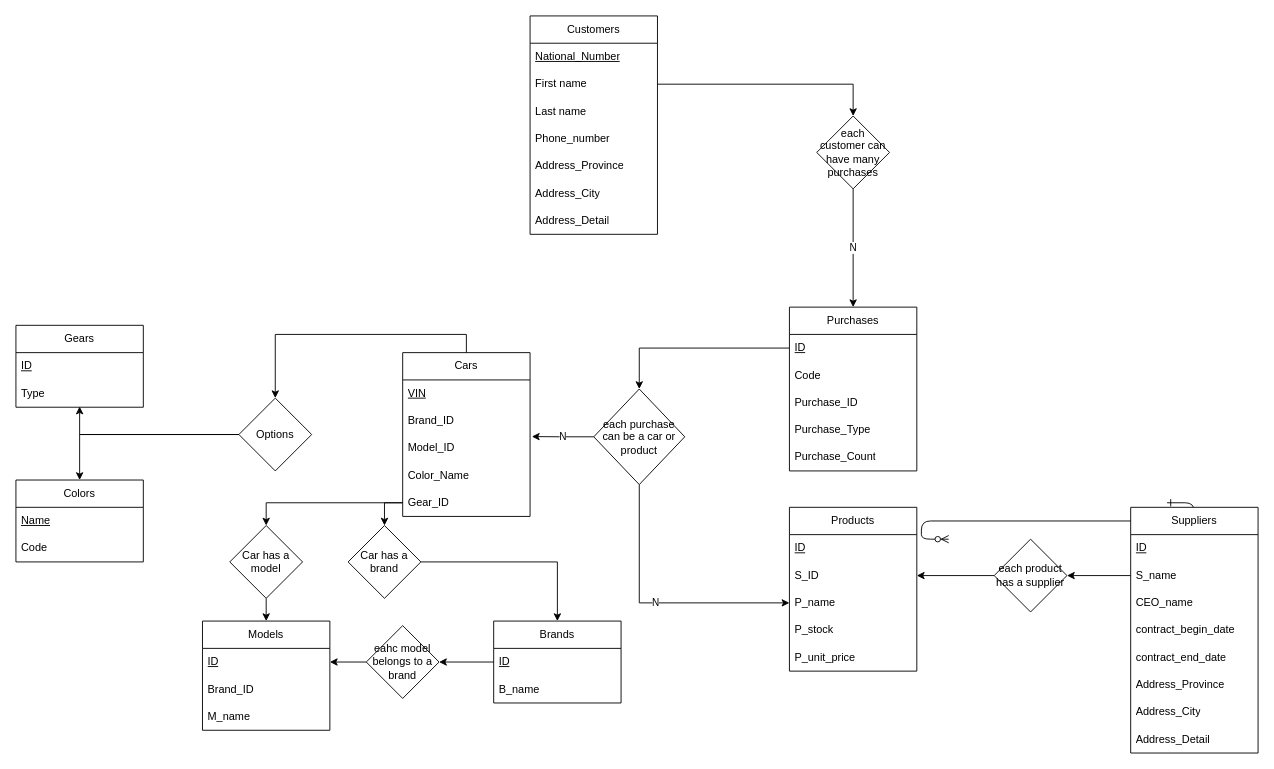
pouyam79i/DB_project keeps this draw.io diagram as P1/Database.drawio. Above is the earlier version. Source tidied: cells renumbered, new cells numbered last; positions are measured from the earlier drawing's top-left corner, leaving out a move shared by most shapes. Both pictures are drawn from the tidied source at 91%, with x=0, y=0 at pixel (15, 15).
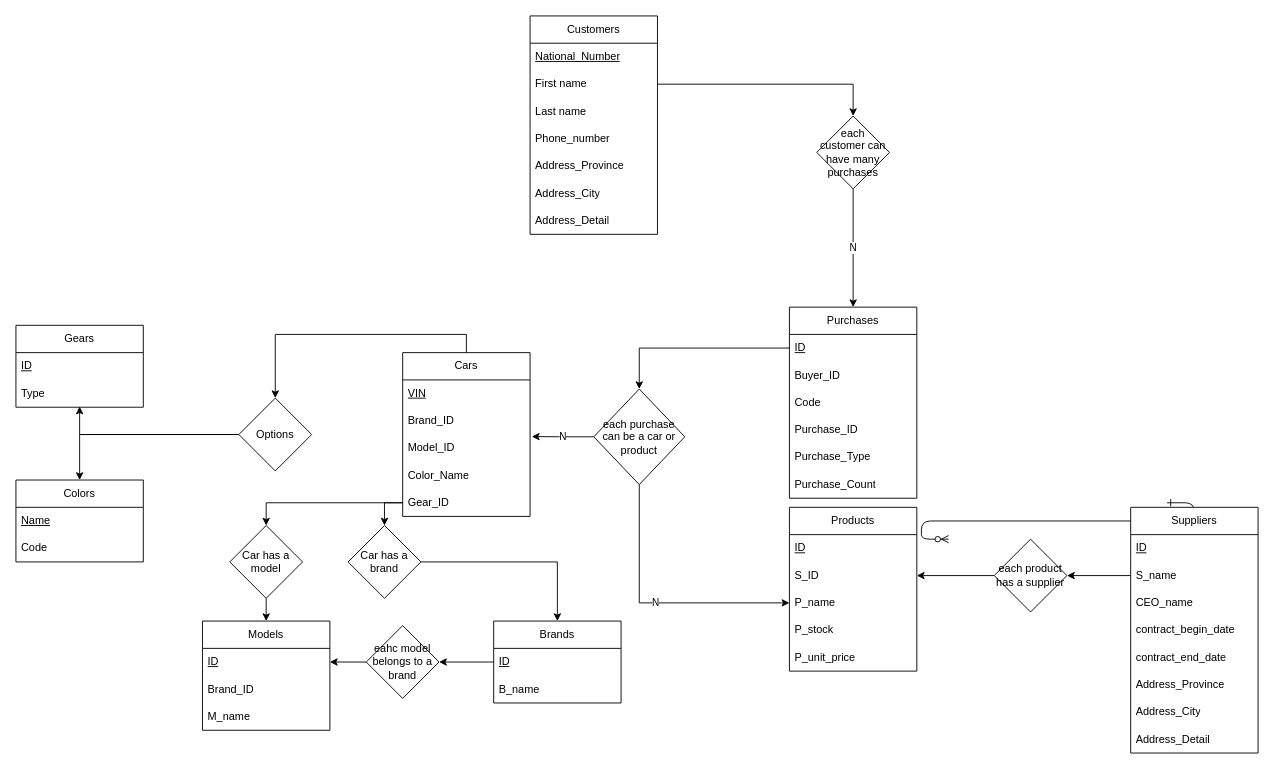
After the change.

Commit message (it also covers changes not shown here):
Debug on design - adding buyer_id to purchases

Change to the diagram source:
```diff
@@
     <mxCell id="47" value="Purchases" style="swimlane;fontStyle=0;horizontal=1;startSize=30;whiteSpace=wrap;html=1;" parent="1" vertex="1">
-      <mxGeometry x="850" y="320" width="140" height="180" as="geometry" />
+      <mxGeometry x="850" y="320" width="140" height="210" as="geometry" />
     </mxCell>
@@
+    <mxCell id="74" value="Buyer_ID" style="text;strokeColor=none;fillColor=none;align=left;verticalAlign=middle;spacingLeft=4;spacingRight=4;overflow=hidden;whiteSpace=wrap;html=1;" parent="47" vertex="1">
+      <mxGeometry y="60" width="140" height="30" as="geometry" />
+    </mxCell>
     <mxCell id="49" value="Code" style="text;strokeColor=none;fillColor=none;align=left;verticalAlign=middle;spacingLeft=4;spacingRight=4;overflow=hidden;whiteSpace=wrap;html=1;" parent="47" vertex="1">
-      <mxGeometry y="60" width="140" height="30" as="geometry" />
+      <mxGeometry y="90" width="140" height="30" as="geometry" />
     </mxCell>
     <mxCell id="50" value="Purchase_ID" style="text;strokeColor=none;fillColor=none;align=left;verticalAlign=middle;spacingLeft=4;spacingRight=4;overflow=hidden;whiteSpace=wrap;html=1;" parent="47" vertex="1">
-      <mxGeometry y="90" width="140" height="30" as="geometry" />
+      <mxGeometry y="120" width="140" height="30" as="geometry" />
     </mxCell>
     <mxCell id="51" value="Purchase_Type" style="text;strokeColor=none;fillColor=none;align=left;verticalAlign=middle;spacingLeft=4;spacingRight=4;overflow=hidden;whiteSpace=wrap;html=1;" parent="47" vertex="1">
-      <mxGeometry y="120" width="140" height="30" as="geometry" />
+      <mxGeometry y="150" width="140" height="30" as="geometry" />
     </mxCell>
     <mxCell id="52" value="Purchase_Count" style="text;strokeColor=none;fillColor=none;align=left;verticalAlign=middle;spacingLeft=4;spacingRight=4;overflow=hidden;whiteSpace=wrap;html=1;" parent="47" vertex="1">
-      <mxGeometry y="150" width="140" height="30" as="geometry" />
+      <mxGeometry y="180" width="140" height="30" as="geometry" />
     </mxCell>
```
